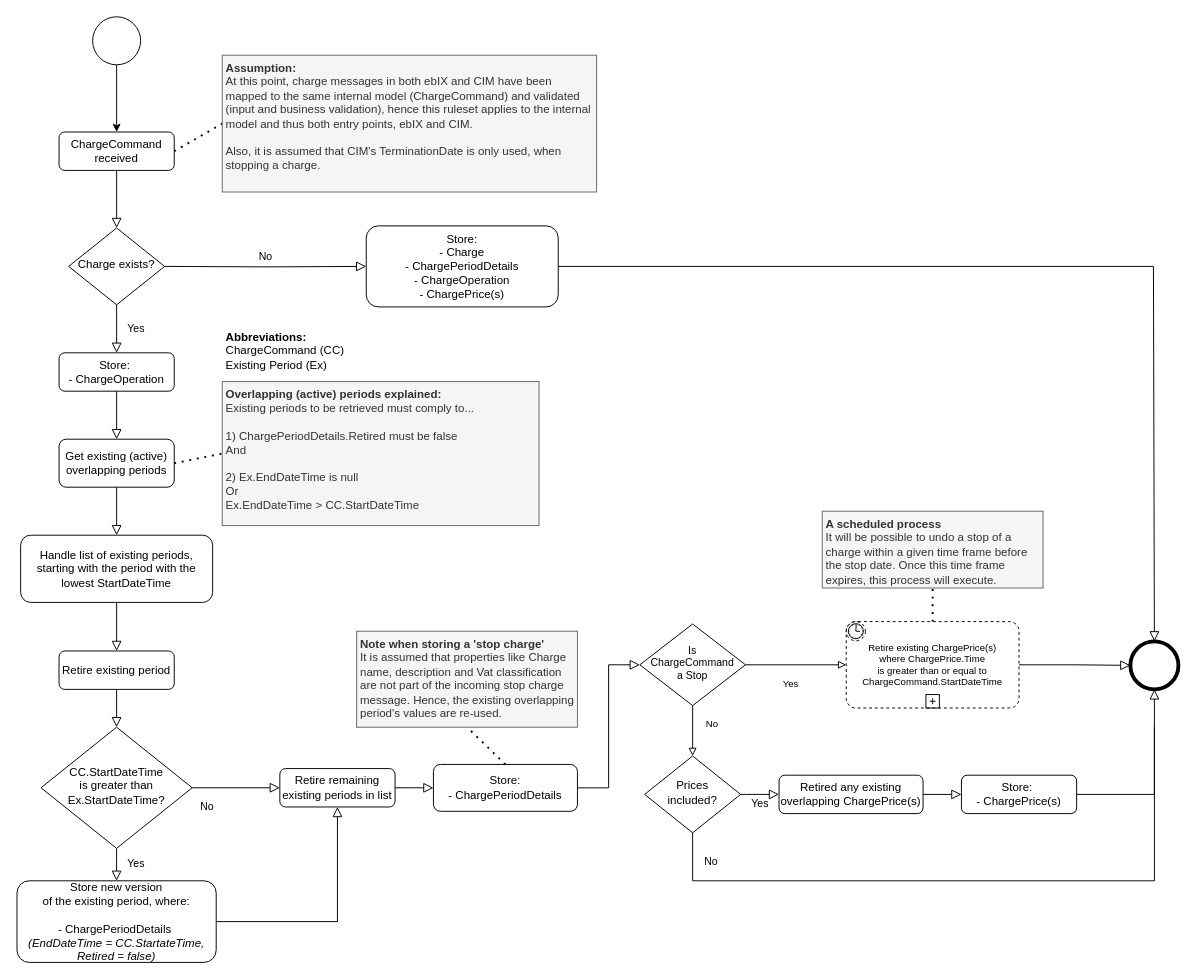
Above: docs/process-flows/images/PersistingChargesRuleSet_ProcessFlow.drawio in Energinet-DataHub/ARCHIVED-geh-charges (draw.io), before the change. Source tidied: cells renumbered, new cells numbered last; positions are measured from the earlier drawing's top-left corner, leaving out a move shared by most shapes. Both pictures are drawn from the tidied source at 96%, with x=0, y=0 at pixel (16, 16).
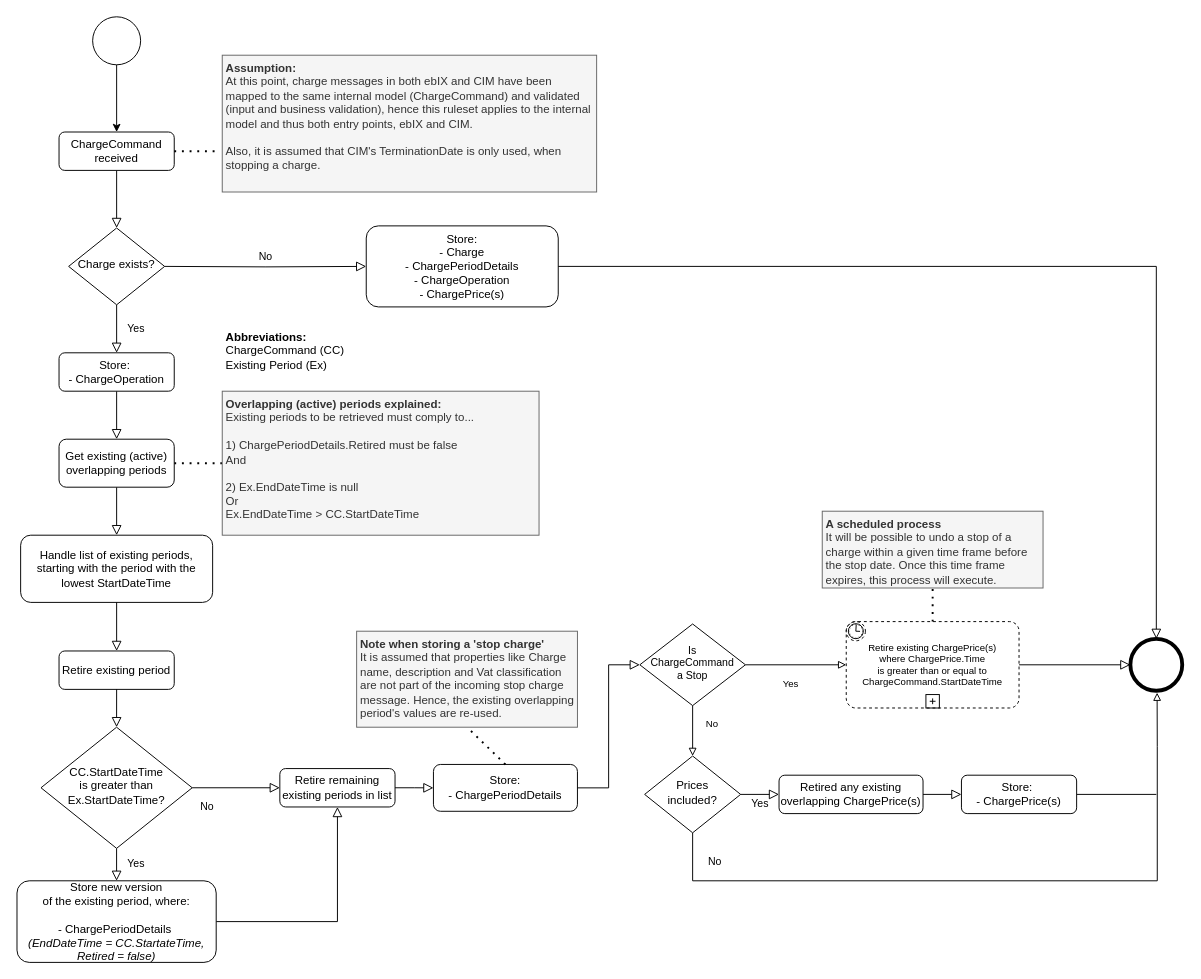
The same diagram, later.

Commit message (it also covers changes not shown here):
docs: cosmetic change to Persisting charge ruel process flow

Unchanged cells that the change refers to:
```xml
<mxCell id="3" value="ChargeCommand&lt;br&gt;received" style="rounded=1;whiteSpace=wrap;html=1;fontSize=12;glass=0;strokeWidth=1;shadow=0;" parent="1" vertex="1">
  <mxGeometry x="44" y="120" width="120" height="40" as="geometry" />
</mxCell>
<mxCell id="22" value="Prices &lt;br&gt;included?" style="rhombus;whiteSpace=wrap;html=1;shadow=0;fontFamily=Helvetica;fontSize=12;align=center;strokeWidth=1;spacing=6;spacingTop=-4;" parent="1" vertex="1">
  <mxGeometry x="654" y="770" width="100" height="80" as="geometry" />
</mxCell>
<mxCell id="23" value="Store:&amp;nbsp;&lt;br&gt;- ChargePrice(s)" style="rounded=1;whiteSpace=wrap;html=1;fontSize=12;glass=0;strokeWidth=1;shadow=0;" parent="1" vertex="1">
  <mxGeometry x="984" y="790" width="120" height="40" as="geometry" />
</mxCell>
<mxCell id="29" value="Store:&lt;br&gt;- Charge&lt;br&gt;- ChargePeriodDetails&lt;br&gt;- ChargeOperation&lt;br&gt;- ChargePrice(s)" style="rounded=1;whiteSpace=wrap;html=1;fontSize=12;glass=0;strokeWidth=1;shadow=0;" parent="1" vertex="1">
  <mxGeometry x="364" y="217.8" width="200" height="84.4" as="geometry" />
</mxCell>
<mxCell id="32" value="&lt;b&gt;Assumption:&amp;nbsp;&lt;/b&gt;&lt;br&gt;At this point, charge messages in both ebIX and CIM have been mapped to the same internal model (ChargeCommand) and validated (input and business validation), hence this ruleset applies to the internal model and thus both entry points, ebIX and CIM.&lt;br&gt;&lt;br&gt;Also, it is assumed that CIM's TerminationDate is only used, when stopping a charge.&amp;nbsp;" style="text;html=1;strokeColor=#666666;fillColor=#f5f5f5;align=left;verticalAlign=top;whiteSpace=wrap;rounded=0;fontColor=#333333;perimeterSpacing=0;spacingTop=0;spacingLeft=2;spacingBottom=2;" parent="1" vertex="1">
  <mxGeometry x="214" y="40" width="390" height="142.5" as="geometry" />
</mxCell>
```

Change to the diagram source:
```diff
@@
     <mxCell id="9" style="ellipse;whiteSpace=wrap;html=1;strokeWidth=4;" parent="1" vertex="1">
-      <mxGeometry x="1160" y="650.6" width="50" height="50" as="geometry" />
+      <mxGeometry x="1160" y="648" width="54" height="54" as="geometry" />
     </mxCell>
-    <mxCell id="10" style="endArrow=none;dashed=1;html=1;dashPattern=1 3;strokeWidth=2;exitX=1;exitY=0.5;exitDx=0;exitDy=0;entryX=0;entryY=0.5;entryDx=0;entryDy=0;" parent="1" edge="1" source="3" target="32">
+    <mxCell id="10" style="endArrow=none;dashed=1;html=1;dashPattern=1 3;strokeWidth=2;exitX=1;exitY=0.5;exitDx=0;exitDy=0;entryX=-0.015;entryY=0.702;entryDx=0;entryDy=0;entryPerimeter=0;" parent="1" edge="1" source="3" target="32">
       <mxGeometry relative="1" as="geometry" />
     </mxCell>
@@
-    <mxCell id="21" value="No" style="edgeStyle=orthogonalEdgeStyle;rounded=0;jettySize=auto;html=1;exitX=0.5;exitY=1;exitDx=0;exitDy=0;endArrow=none;endFill=0;" parent="1" edge="1" source="22">
+    <mxCell id="21" value="No" style="edgeStyle=orthogonalEdgeStyle;rounded=0;jettySize=auto;html=1;exitX=0.5;exitY=1;exitDx=0;exitDy=0;endArrow=block;endFill=0;entryX=0.515;entryY=1.037;entryDx=0;entryDy=0;entryPerimeter=0;" parent="1" edge="1" source="22" target="9">
       <mxGeometry x="-0.8" y="20" relative="1" as="geometry">
-        <mxPoint x="1185" y="740" as="targetPoint" />
         <Array as="points">
           <mxPoint x="704" y="900" />
-          <mxPoint x="1185" y="900" />
+          <mxPoint x="1188" y="900" />
+          <mxPoint x="1188" y="760" />
         </Array>
       </mxGeometry>
     </mxCell>
@@
+    <mxCell id="51" style="edgeStyle=orthogonalEdgeStyle;rounded=0;jettySize=auto;html=1;endArrow=none;endFill=0;" parent="1" edge="1" source="23">
+      <mxGeometry relative="1" as="geometry">
+        <mxPoint x="1187" y="810" as="targetPoint" />
+        <Array as="points">
+          <mxPoint x="1187" y="810" />
+        </Array>
+      </mxGeometry>
+    </mxCell>
@@
-    <mxCell id="30" style="rounded=0;html=1;jettySize=auto;fontSize=11;endArrow=block;endFill=0;endSize=8;strokeWidth=1;shadow=0;labelBackgroundColor=none;edgeStyle=orthogonalEdgeStyle;exitX=1;exitY=0.5;exitDx=0;exitDy=0;entryX=0.5;entryY=1;entryDx=0;entryDy=0;" parent="1" edge="1" source="23" target="9">
-      <mxGeometry y="20" relative="1" as="geometry" />
-    </mxCell>
     <mxCell id="31" style="edgeStyle=orthogonalEdgeStyle;rounded=0;html=1;jettySize=auto;fontSize=11;endArrow=block;endFill=0;endSize=8;strokeWidth=1;shadow=0;labelBackgroundColor=none;exitX=1;exitY=0.5;exitDx=0;exitDy=0;entryX=0.5;entryY=0;entryDx=0;entryDy=0;" parent="1" edge="1" source="29" target="9">
       <mxGeometry x="-0.49" y="20" relative="1" as="geometry">
         <Array as="points">
-          <mxPoint x="1184" y="260" />
+          <mxPoint x="1187" y="260" />
         </Array>
       </mxGeometry>
     </mxCell>
@@
     <mxCell id="34" value="&lt;b&gt;Overlapping (active) periods explained:&lt;/b&gt;&lt;br&gt;Existing periods to be retrieved must comply to...&lt;br&gt;&lt;br&gt;1) ChargePeriodDetails.Retired must be false&lt;br&gt;And&lt;br&gt;&amp;nbsp;&lt;br&gt;2) Ex.EndDateTime is null&lt;br&gt;Or&amp;nbsp;&lt;br&gt;Ex.EndDateTime &amp;gt; CC.StartDateTime&lt;br&gt;&lt;div&gt;&lt;br&gt;&lt;/div&gt;" style="text;html=1;strokeColor=#666666;fillColor=#f5f5f5;align=left;verticalAlign=top;whiteSpace=wrap;rounded=0;fontColor=#333333;perimeterSpacing=0;spacingTop=0;spacingLeft=2;spacingBottom=2;" parent="1" vertex="1">
-      <mxGeometry x="214" y="380" width="330" height="150" as="geometry" />
+      <mxGeometry x="214" y="390" width="330" height="150" as="geometry" />
     </mxCell>
```
